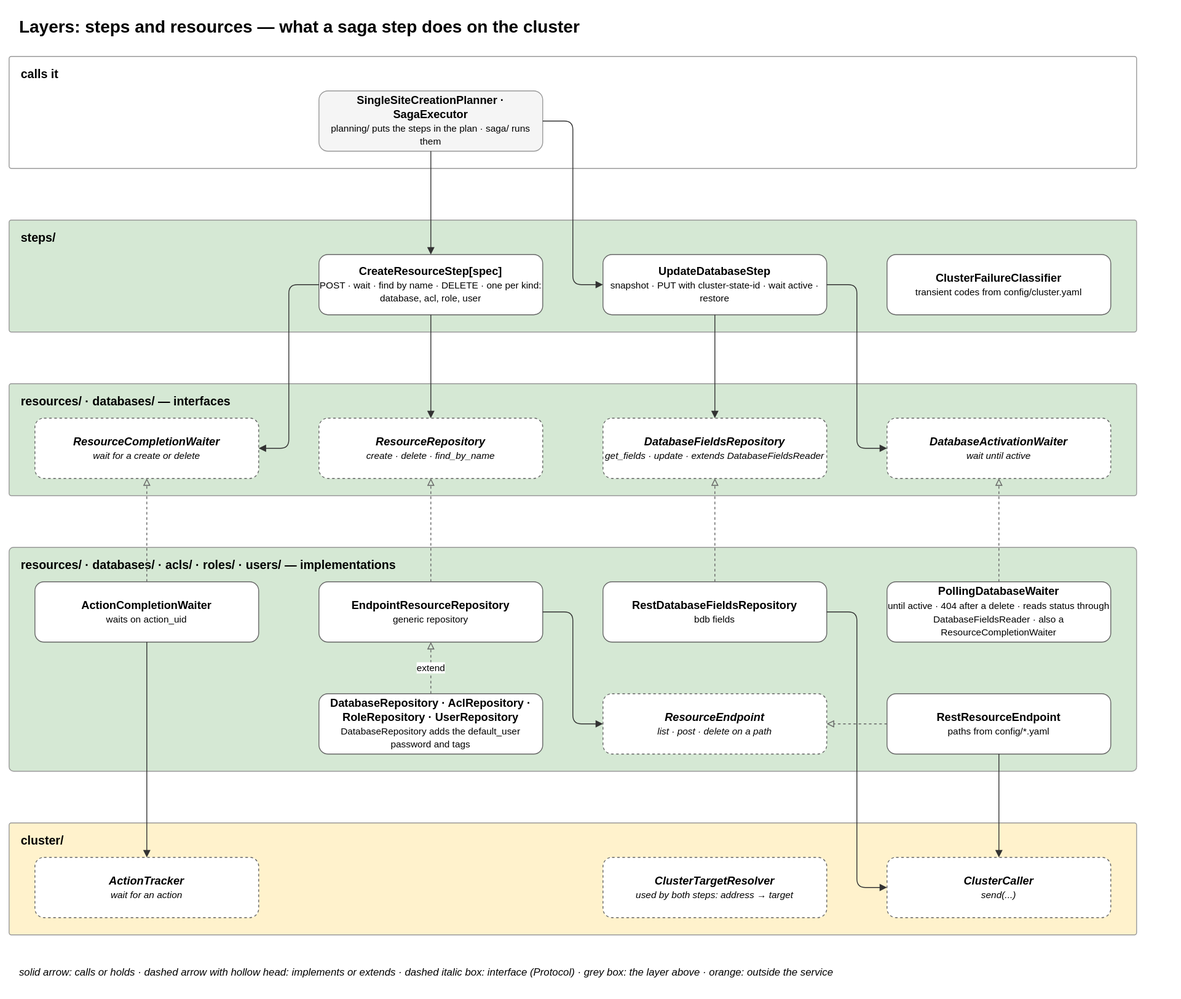
The draw.io diagram docs/diagrams/07-layer-steps-resources.drawio.svg in EliShteinman/redis-enterprise-services, before a commit. Source tidied: cells renumbered, new cells last; positions are measured from the earlier drawing's top-left corner, leaving out a move shared by most shapes.
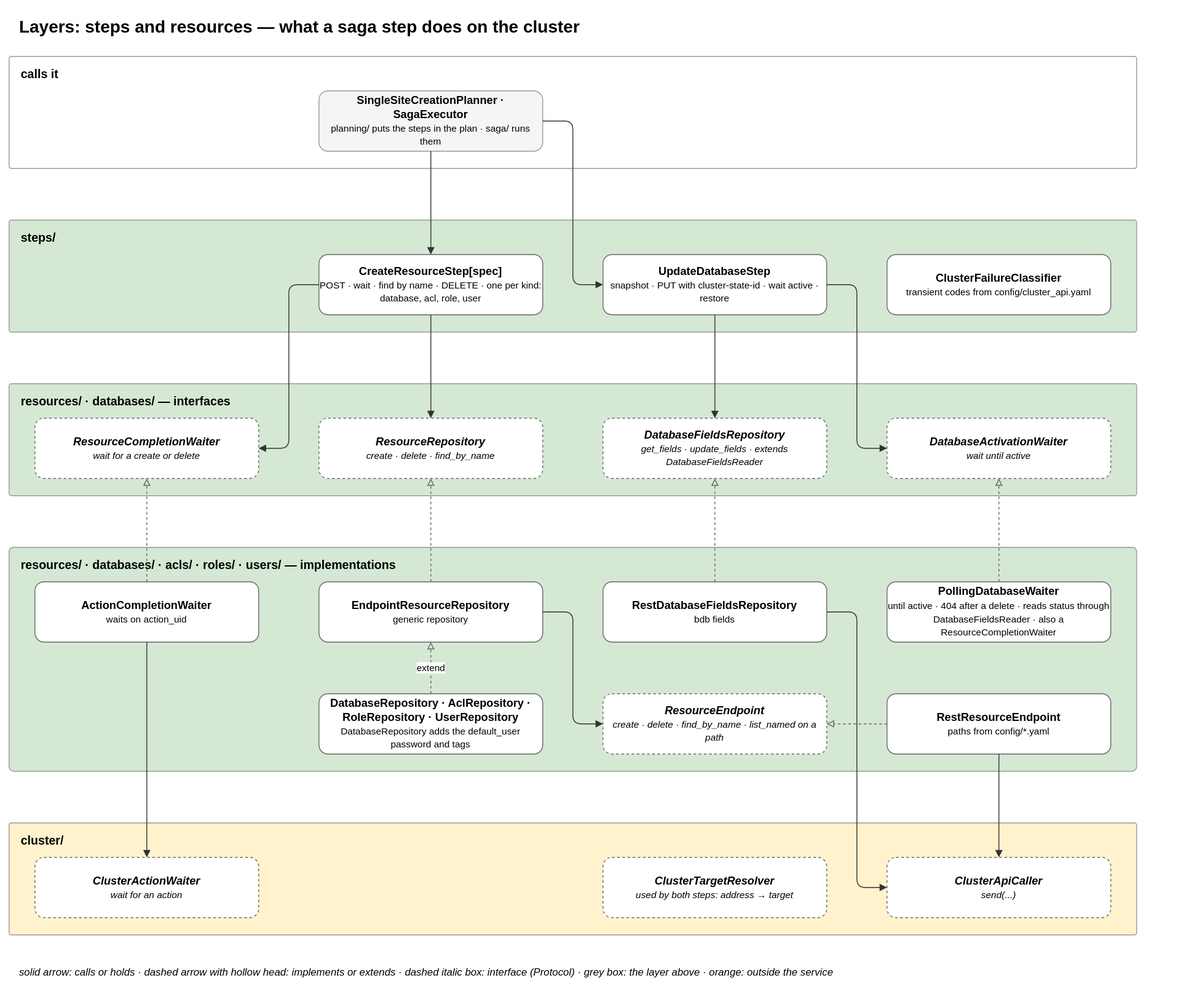
After the change.

Diff of the diagram source:
```diff
@@ -20,7 +20,7 @@
     <mxCell id="7" value="&lt;b&gt;UpdateDatabaseStep&lt;/b&gt;&lt;br&gt;&lt;font style='font-size:11px'&gt;snapshot · PUT with cluster-state-id · wait active · restore&lt;/font&gt;" style="rounded=1;whiteSpace=wrap;html=1;fillColor=#ffffff;strokeColor=#666666;fontSize=13;" parent="1" vertex="1">
       <mxGeometry x="690" y="285" width="260" height="70" as="geometry" />
     </mxCell>
-    <mxCell id="8" value="&lt;b&gt;ClusterFailureClassifier&lt;/b&gt;&lt;br&gt;&lt;font style='font-size:11px'&gt;transient codes from config/cluster.yaml&lt;/font&gt;" style="rounded=1;whiteSpace=wrap;html=1;fillColor=#ffffff;strokeColor=#666666;fontSize=13;" parent="1" vertex="1">
+    <mxCell id="8" value="&lt;b&gt;ClusterFailureClassifier&lt;/b&gt;&lt;br&gt;&lt;font style='font-size:11px'&gt;transient codes from config/cluster_api.yaml&lt;/font&gt;" style="rounded=1;whiteSpace=wrap;html=1;fillColor=#ffffff;strokeColor=#666666;fontSize=13;" parent="1" vertex="1">
       <mxGeometry x="1020" y="285" width="260" height="70" as="geometry" />
     </mxCell>
     <mxCell id="9" value="&lt;b&gt;resources/ · databases/ — interfaces&lt;/b&gt;" style="rounded=1;arcSize=2;fillColor=#d5e8d4;strokeColor=#999999;verticalAlign=top;align=left;spacingLeft=12;spacingTop=6;html=1;fontSize=14;" parent="1" vertex="1">
@@ -32,7 +32,7 @@
     <mxCell id="11" value="&lt;b&gt;ResourceRepository&lt;/b&gt;&lt;br&gt;&lt;font style='font-size:11px'&gt;create · delete · find_by_name&lt;/font&gt;" style="rounded=1;whiteSpace=wrap;html=1;fillColor=#ffffff;strokeColor=#666666;fontSize=13;dashed=1;fontStyle=2;" parent="1" vertex="1">
       <mxGeometry x="360" y="475" width="260" height="70" as="geometry" />
     </mxCell>
-    <mxCell id="12" value="&lt;b&gt;DatabaseFieldsRepository&lt;/b&gt;&lt;br&gt;&lt;font style='font-size:11px'&gt;get_fields · update · extends DatabaseFieldsReader&lt;/font&gt;" style="rounded=1;whiteSpace=wrap;html=1;fillColor=#ffffff;strokeColor=#666666;fontSize=13;dashed=1;fontStyle=2;" parent="1" vertex="1">
+    <mxCell id="12" value="&lt;b&gt;DatabaseFieldsRepository&lt;/b&gt;&lt;br&gt;&lt;font style='font-size:11px'&gt;get_fields · update_fields · extends DatabaseFieldsReader&lt;/font&gt;" style="rounded=1;whiteSpace=wrap;html=1;fillColor=#ffffff;strokeColor=#666666;fontSize=13;dashed=1;fontStyle=2;" parent="1" vertex="1">
       <mxGeometry x="690" y="475" width="260" height="70" as="geometry" />
     </mxCell>
     <mxCell id="13" value="&lt;b&gt;DatabaseActivationWaiter&lt;/b&gt;&lt;br&gt;&lt;font style='font-size:11px'&gt;wait until active&lt;/font&gt;" style="rounded=1;whiteSpace=wrap;html=1;fillColor=#ffffff;strokeColor=#666666;fontSize=13;dashed=1;fontStyle=2;" parent="1" vertex="1">
@@ -56,7 +56,7 @@
     <mxCell id="19" value="&lt;b&gt;DatabaseRepository · AclRepository · RoleRepository · UserRepository&lt;/b&gt;&lt;br&gt;&lt;font style='font-size:11px'&gt;DatabaseRepository adds the default_user password and tags&lt;/font&gt;" style="rounded=1;whiteSpace=wrap;html=1;fillColor=#ffffff;strokeColor=#666666;fontSize=13;" parent="1" vertex="1">
       <mxGeometry x="360" y="795" width="260" height="70" as="geometry" />
     </mxCell>
-    <mxCell id="20" value="&lt;b&gt;ResourceEndpoint&lt;/b&gt;&lt;br&gt;&lt;font style='font-size:11px'&gt;list · post · delete on a path&lt;/font&gt;" style="rounded=1;whiteSpace=wrap;html=1;fillColor=#ffffff;strokeColor=#666666;fontSize=13;dashed=1;fontStyle=2;" parent="1" vertex="1">
+    <mxCell id="20" value="&lt;b&gt;ResourceEndpoint&lt;/b&gt;&lt;br&gt;&lt;font style='font-size:11px'&gt;create · delete · find_by_name · list_named on a path&lt;/font&gt;" style="rounded=1;whiteSpace=wrap;html=1;fillColor=#ffffff;strokeColor=#666666;fontSize=13;dashed=1;fontStyle=2;" parent="1" vertex="1">
       <mxGeometry x="690" y="795" width="260" height="70" as="geometry" />
     </mxCell>
     <mxCell id="21" value="&lt;b&gt;RestResourceEndpoint&lt;/b&gt;&lt;br&gt;&lt;font style='font-size:11px'&gt;paths from config/*.yaml&lt;/font&gt;" style="rounded=1;whiteSpace=wrap;html=1;fillColor=#ffffff;strokeColor=#666666;fontSize=13;" parent="1" vertex="1">
@@ -65,13 +65,13 @@
     <mxCell id="22" value="&lt;b&gt;cluster/&lt;/b&gt;" style="rounded=1;arcSize=2;fillColor=#fff2cc;strokeColor=#999999;verticalAlign=top;align=left;spacingLeft=12;spacingTop=6;html=1;fontSize=14;" parent="1" vertex="1">
       <mxGeometry y="945" width="1310" height="130" as="geometry" />
     </mxCell>
-    <mxCell id="23" value="&lt;b&gt;ActionTracker&lt;/b&gt;&lt;br&gt;&lt;font style='font-size:11px'&gt;wait for an action&lt;/font&gt;" style="rounded=1;whiteSpace=wrap;html=1;fillColor=#ffffff;strokeColor=#666666;fontSize=13;dashed=1;fontStyle=2;" parent="1" vertex="1">
+    <mxCell id="23" value="&lt;b&gt;ClusterActionWaiter&lt;/b&gt;&lt;br&gt;&lt;font style='font-size:11px'&gt;wait for an action&lt;/font&gt;" style="rounded=1;whiteSpace=wrap;html=1;fillColor=#ffffff;strokeColor=#666666;fontSize=13;dashed=1;fontStyle=2;" parent="1" vertex="1">
       <mxGeometry x="30" y="985" width="260" height="70" as="geometry" />
     </mxCell>
     <mxCell id="24" value="&lt;b&gt;ClusterTargetResolver&lt;/b&gt;&lt;br&gt;&lt;font style='font-size:11px'&gt;used by both steps: address → target&lt;/font&gt;" style="rounded=1;whiteSpace=wrap;html=1;fillColor=#ffffff;strokeColor=#666666;fontSize=13;dashed=1;fontStyle=2;" parent="1" vertex="1">
       <mxGeometry x="690" y="985" width="260" height="70" as="geometry" />
     </mxCell>
-    <mxCell id="25" value="&lt;b&gt;ClusterCaller&lt;/b&gt;&lt;br&gt;&lt;font style='font-size:11px'&gt;send(...)&lt;/font&gt;" style="rounded=1;whiteSpace=wrap;html=1;fillColor=#ffffff;strokeColor=#666666;fontSize=13;dashed=1;fontStyle=2;" parent="1" vertex="1">
+    <mxCell id="25" value="&lt;b&gt;ClusterApiCaller&lt;/b&gt;&lt;br&gt;&lt;font style='font-size:11px'&gt;send(...)&lt;/font&gt;" style="rounded=1;whiteSpace=wrap;html=1;fillColor=#ffffff;strokeColor=#666666;fontSize=13;dashed=1;fontStyle=2;" parent="1" vertex="1">
       <mxGeometry x="1020" y="985" width="260" height="70" as="geometry" />
     </mxCell>
     <mxCell id="26" style="edgeStyle=orthogonalEdgeStyle;rounded=1;html=1;fontSize=11;labelBackgroundColor=#ffffff;exitX=0.5;exitY=1;entryX=0.5;entryY=0;endArrow=block;strokeColor=#333333;" parent="1" edge="1" source="4" target="6">
```
